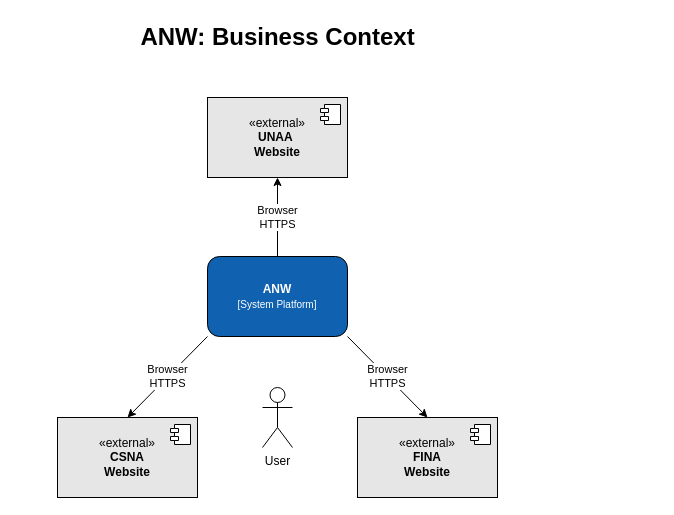
Earlier version of the draw.io diagram documentation/src/main/draw.io/Business Context Diagram.drawio (mjremijan/ferris-anw). Source tidied: cells renumbered, new cells numbered last; positions are measured from the earlier drawing's top-left corner, leaving out a move shared by most shapes. Both pictures are drawn from the tidied source at 100%, with x=0, y=0 at pixel (17, 17).
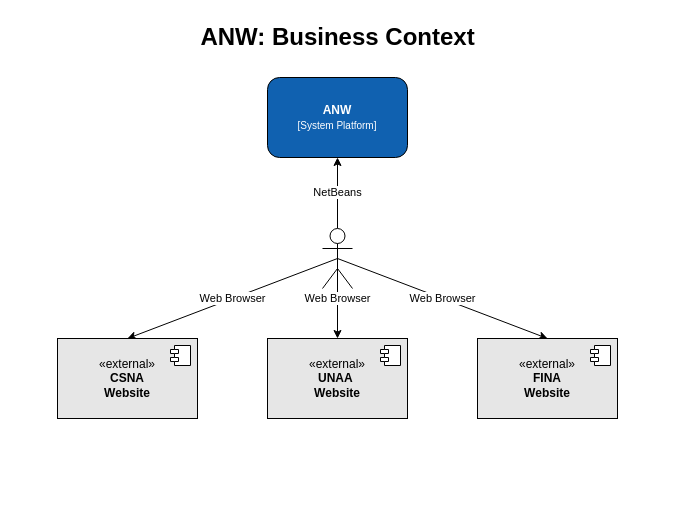
After the change.

Commit message:
Decided to put the compeition websites as transitive dependencies of a user, who is the real direct communication

Diff of the diagram source:
```diff
@@
 <mxGraphModel>
   <root>
     <mxCell id="0" />
     <mxCell id="1" parent="0" />
     <mxCell id="2" value="&lt;b&gt;&lt;font style=&quot;color: rgb(255, 255, 255);&quot;&gt;ANW&lt;/font&gt;&lt;/b&gt;&lt;div&gt;&lt;font style=&quot;font-size: 10px; color: rgb(255, 255, 255);&quot;&gt;[System Platform]&lt;/font&gt;&lt;/div&gt;" style="rounded=1;whiteSpace=wrap;html=1;fillColor=#1061B0;" parent="1" vertex="1">
-      <mxGeometry x="190" y="239" width="140" height="80" as="geometry" />
+      <mxGeometry x="250" y="60" width="140" height="80" as="geometry" />
     </mxCell>
     <mxCell id="3" value="&lt;font&gt;«&lt;/font&gt;external»&lt;br&gt;&lt;b&gt;UNAA&amp;nbsp;&lt;/b&gt;&lt;div&gt;&lt;b&gt;Website&lt;/b&gt;&lt;/div&gt;" style="html=1;whiteSpace=wrap;fillColor=#E6E6E6;" parent="1" vertex="1">
-      <mxGeometry x="190" y="80" width="140" height="80" as="geometry" />
+      <mxGeometry x="250" y="321" width="140" height="80" as="geometry" />
     </mxCell>
     <mxCell id="4" style="shape=module;jettyWidth=8;jettyHeight=4;" parent="3" vertex="1">
       <mxGeometry x="1" width="20" height="20" relative="1" as="geometry">
         <mxPoint x="-27" y="7" as="offset" />
       </mxGeometry>
     </mxCell>
-    <mxCell id="5" value="Browser&lt;div&gt;HTTPS&lt;/div&gt;" style="rounded=0;jettySize=auto;html=1;entryX=1;entryY=1;entryDx=0;entryDy=0;startArrow=classic;startFill=1;endArrow=none;exitX=0.5;exitY=0;exitDx=0;exitDy=0;" parent="1" edge="1" source="6" target="2">
+    <mxCell id="5" value="Web Browser" style="rounded=0;jettySize=auto;html=1;startArrow=classic;startFill=1;endArrow=none;exitX=0.5;exitY=0;exitDx=0;exitDy=0;entryX=0.5;entryY=0.5;entryDx=0;entryDy=0;entryPerimeter=0;" parent="1" edge="1" source="6" target="12">
       <mxGeometry relative="1" as="geometry" />
     </mxCell>
     <mxCell id="6" value="&lt;font&gt;«&lt;/font&gt;external»&lt;br&gt;&lt;b&gt;FINA&lt;/b&gt;&lt;div&gt;&lt;b&gt;Website&lt;/b&gt;&lt;/div&gt;" style="html=1;whiteSpace=wrap;fillColor=#E6E6E6;" parent="1" vertex="1">
-      <mxGeometry x="340" y="400" width="140" height="80" as="geometry" />
+      <mxGeometry x="460" y="321" width="140" height="80" as="geometry" />
     </mxCell>
     <mxCell id="7" style="shape=module;jettyWidth=8;jettyHeight=4;" parent="6" vertex="1">
       <mxGeometry x="1" width="20" height="20" relative="1" as="geometry">
         <mxPoint x="-27" y="7" as="offset" />
       </mxGeometry>
     </mxCell>
-    <mxCell id="8" value="Browser&lt;div&gt;HTTPS&lt;/div&gt;" style="rounded=0;jettySize=auto;html=1;entryX=0;entryY=1;entryDx=0;entryDy=0;endArrow=none;startFill=1;startArrow=classic;exitX=0.5;exitY=0;exitDx=0;exitDy=0;" parent="1" edge="1" source="9" target="2">
+    <mxCell id="8" value="Web Browser" style="rounded=0;jettySize=auto;html=1;entryX=0.5;entryY=0.5;entryDx=0;entryDy=0;endArrow=none;startFill=1;startArrow=classic;exitX=0.5;exitY=0;exitDx=0;exitDy=0;entryPerimeter=0;" parent="1" edge="1" source="9" target="12">
       <mxGeometry relative="1" as="geometry" />
     </mxCell>
     <mxCell id="9" value="&lt;font&gt;«&lt;/font&gt;external»&lt;br&gt;&lt;b&gt;CSNA&lt;/b&gt;&lt;div&gt;&lt;b&gt;Website&lt;/b&gt;&lt;/div&gt;" style="html=1;whiteSpace=wrap;fillColor=#E6E6E6;" parent="1" vertex="1">
-      <mxGeometry x="40" y="400" width="140" height="80" as="geometry" />
+      <mxGeometry x="40" y="321" width="140" height="80" as="geometry" />
     </mxCell>
     <mxCell id="10" style="shape=module;jettyWidth=8;jettyHeight=4;" parent="9" vertex="1">
       <mxGeometry x="1" width="20" height="20" relative="1" as="geometry">
         <mxPoint x="-27" y="7" as="offset" />
       </mxGeometry>
     </mxCell>
-    <mxCell id="11" value="Browser&lt;div&gt;HTTPS&lt;/div&gt;" style="rounded=0;jettySize=auto;html=1;entryX=0.5;entryY=0;entryDx=0;entryDy=0;startArrow=classic;startFill=1;endArrow=none;exitX=0.5;exitY=1;exitDx=0;exitDy=0;" parent="1" edge="1" source="3" target="2">
+    <mxCell id="11" value="Web Browser" style="rounded=0;jettySize=auto;html=1;startArrow=classic;startFill=1;endArrow=none;exitX=0.5;exitY=0;exitDx=0;exitDy=0;entryX=0.5;entryY=0.5;entryDx=0;entryDy=0;entryPerimeter=0;" parent="1" edge="1" source="3" target="12">
       <mxGeometry relative="1" as="geometry" />
     </mxCell>
+    <mxCell id="15" value="NetBeans" style="rounded=0;jettySize=auto;html=1;entryX=0.5;entryY=1;entryDx=0;entryDy=0;" parent="1" edge="1" source="12" target="2">
+      <mxGeometry relative="1" as="geometry" />
+    </mxCell>
-    <mxCell id="12" value="User" style="shape=umlActor;verticalLabelPosition=bottom;verticalAlign=top;html=1;outlineConnect=0;" parent="1" vertex="1">
-      <mxGeometry x="245" y="370" width="30" height="60" as="geometry" />
+    <mxCell id="12" style="shape=umlActor;verticalLabelPosition=bottom;verticalAlign=top;html=1;outlineConnect=0;strokeWidth=1;perimeterSpacing=0;" parent="1" vertex="1">
+      <mxGeometry x="305" y="211" width="30" height="60" as="geometry" />
     </mxCell>
     <mxCell id="13" parent="0" />
     <mxCell id="14" value="ANW:&amp;nbsp;&lt;span style=&quot;background-color: transparent; color: light-dark(rgb(0, 0, 0), rgb(255, 255, 255));&quot;&gt;Business Context&lt;/span&gt;" style="text;strokeColor=none;fillColor=none;html=1;fontSize=24;fontStyle=1;verticalAlign=middle;align=center;" parent="13" vertex="1">
-      <mxGeometry width="520" height="40" as="geometry" />
+      <mxGeometry width="640" height="40" as="geometry" />
     </mxCell>
   </root>
 </mxGraphModel>
```
